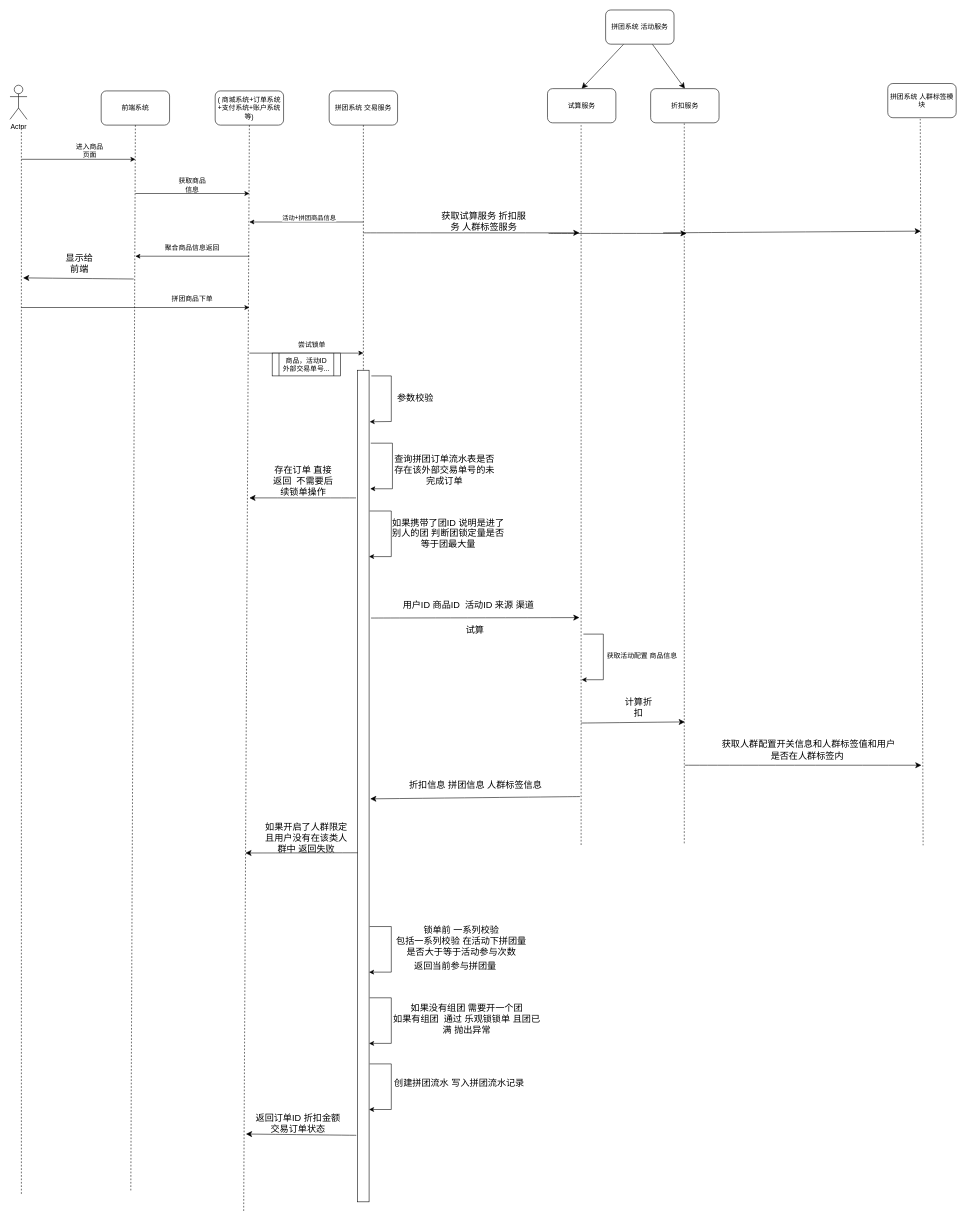
The draw.io diagram page "第 2 页" (2 of 2) of 拼团系统锁单流程.drawio in Omenkk7/drawio_repo, before the edit. Source tidied: cells renumbered, new cells numbered last; positions are measured from the earlier drawing's top-left corner, leaving out a move shared by most shapes. Both pictures are drawn from the tidied source at 57%, with x=0, y=0 at pixel (10, 10).
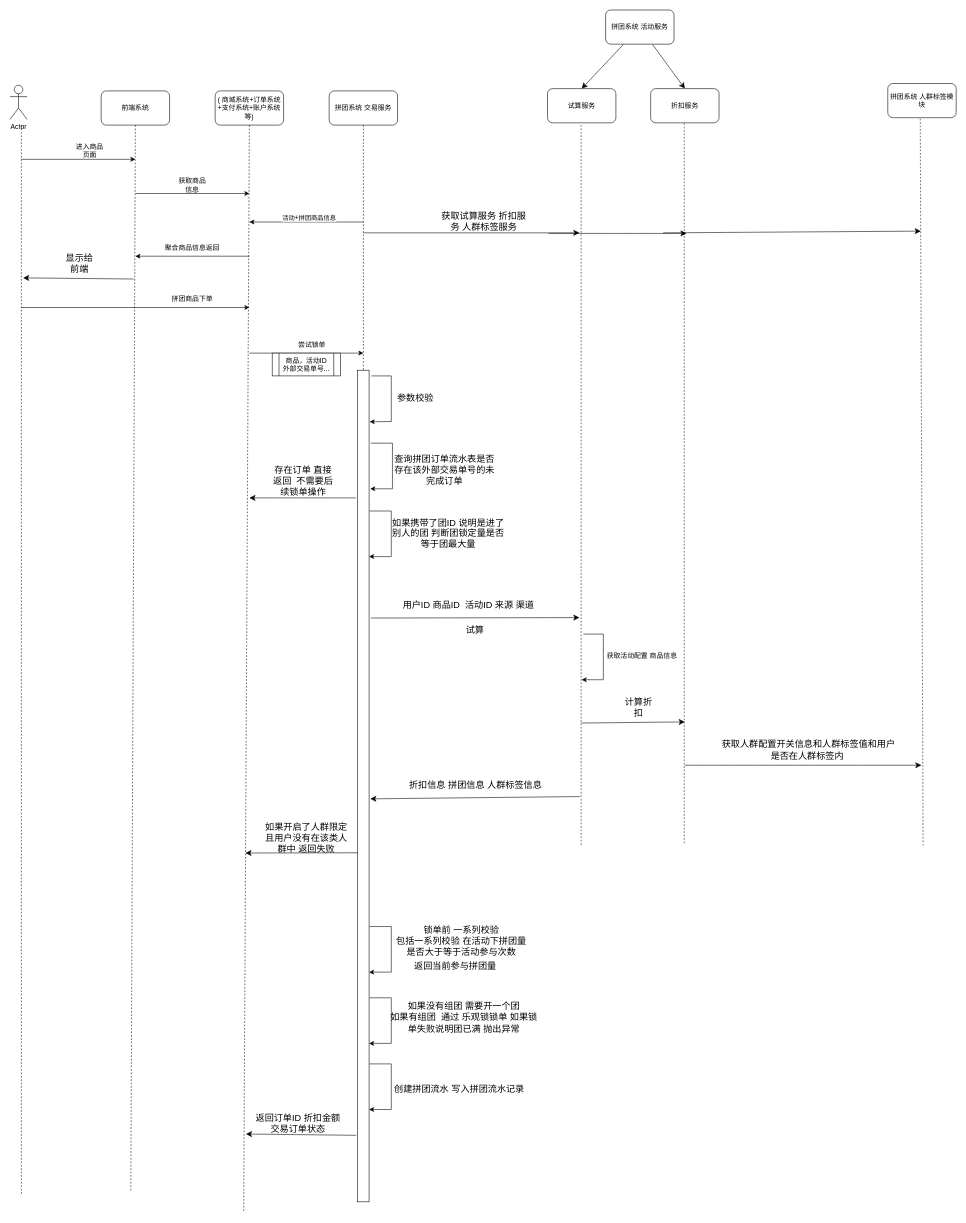
The same diagram, later.

Commit message:
更新拼团系统锁单流程.drawio

The edit, as a diff of the source:
```diff
@@
-    <mxCell id="58" value="如果没有组团 需要开一个团&lt;br&gt;如果有组团&amp;nbsp; 通过 乐观锁锁单 且团已满 抛出异常&lt;br&gt;&lt;div&gt;&lt;br&gt;&lt;/div&gt;" style="text;html=1;whiteSpace=wrap;strokeColor=none;fillColor=none;align=center;verticalAlign=middle;rounded=0;fontSize=16;" parent="1" vertex="1">
-      <mxGeometry x="666" y="1765" width="271" height="30" as="geometry" />
+    <mxCell id="58" value="如果没有组团 需要开一个团&lt;br&gt;如果有组团&amp;nbsp; 通过 乐观锁锁单 如果锁单失败说明团已满 抛出异常&lt;br&gt;&lt;div&gt;&lt;br&gt;&lt;/div&gt;" style="text;html=1;whiteSpace=wrap;strokeColor=none;fillColor=none;align=center;verticalAlign=middle;rounded=0;fontSize=16;" parent="1" vertex="1">
+      <mxGeometry x="661" y="1762" width="271" height="30" as="geometry" />
     </mxCell>
@@
     <mxCell id="60" value="创建拼团流水 写入拼团流水记录" style="text;html=1;whiteSpace=wrap;strokeColor=none;fillColor=none;align=center;verticalAlign=middle;rounded=0;fontSize=16;" parent="1" vertex="1">
-      <mxGeometry x="645" y="1868" width="287" height="30" as="geometry" />
+      <mxGeometry x="645" y="1877" width="287" height="30" as="geometry" />
     </mxCell>
```
